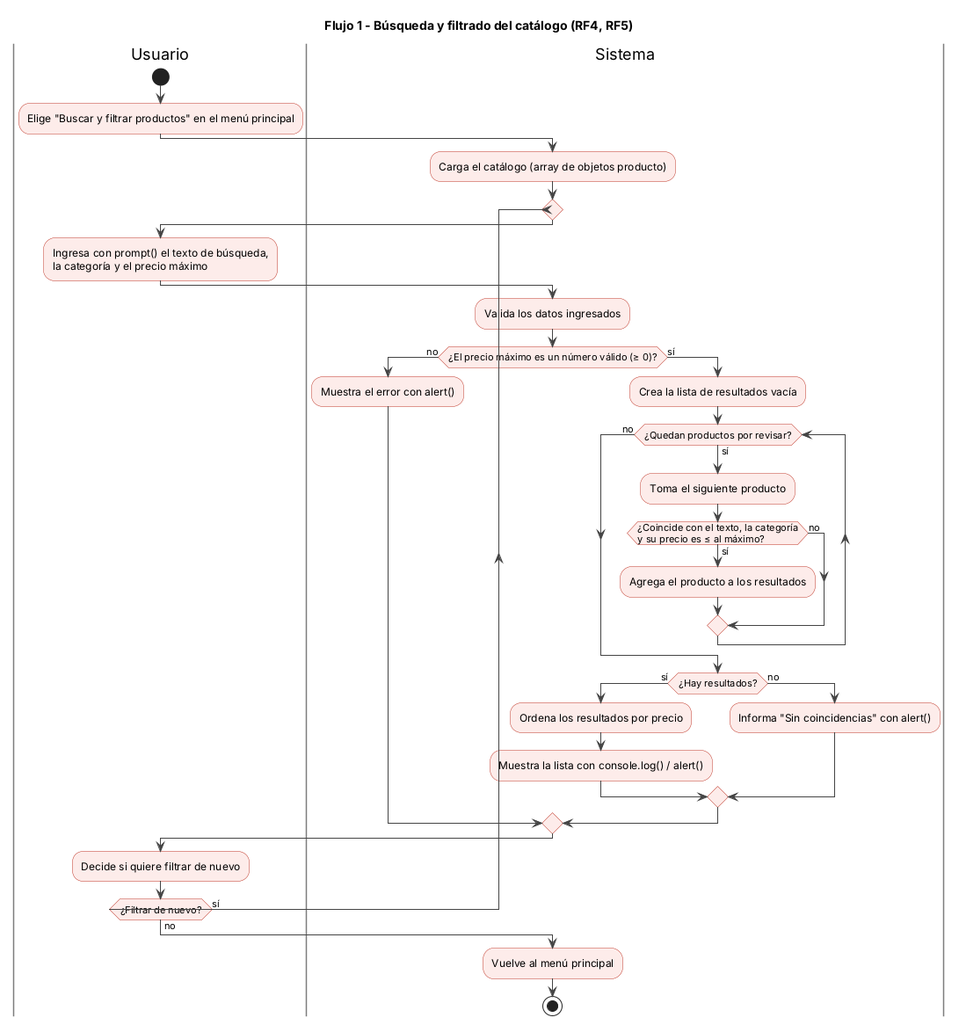
The PlantUML diagram docs/05-diagramas/01-diagrama-de-actividades/actividad-flujo-1-busqueda-filtrado.png in angelgc9107-lgtm/ProyectoFerreteria_GRP05, before a commit. Source of this version:
```plantuml
@startuml actividad-flujo-1-busqueda-filtrado
title Flujo 1 - Búsqueda y filtrado del catálogo (RF4, RF5)
skinparam defaultFontName Arial
skinparam ArrowColor #444444
skinparam ActivityBackgroundColor #FDECEA
skinparam ActivityBorderColor #C0392B
skinparam SwimlaneBorderColor #7D7D7D

|Usuario|
start
:Elige "Buscar y filtrar productos" en el menú principal;

|Sistema|
:Carga el catálogo (array de objetos producto);

repeat
  |Usuario|
  :Ingresa con prompt() el texto de búsqueda,
  la categoría y el precio máximo;

  |Sistema|
  :Valida los datos ingresados;
  if (¿El precio máximo es un número válido (≥ 0)?) then (no)
    :Muestra el error con alert();
  else (sí)
    :Crea la lista de resultados vacía;
    while (¿Quedan productos por revisar?) is (sí)
      :Toma el siguiente producto;
      if (¿Coincide con el texto, la categoría\ny su precio es ≤ al máximo?) then (sí)
        :Agrega el producto a los resultados;
      else (no)
      endif
    endwhile (no)
    if (¿Hay resultados?) then (sí)
      :Ordena los resultados por precio;
      :Muestra la lista con console.log() / alert();
    else (no)
      :Informa "Sin coincidencias" con alert();
    endif
  endif

  |Usuario|
  :Decide si quiere filtrar de nuevo;
repeat while (¿Filtrar de nuevo?) is (sí) not (no)

|Sistema|
:Vuelve al menú principal;
stop
@enduml
```
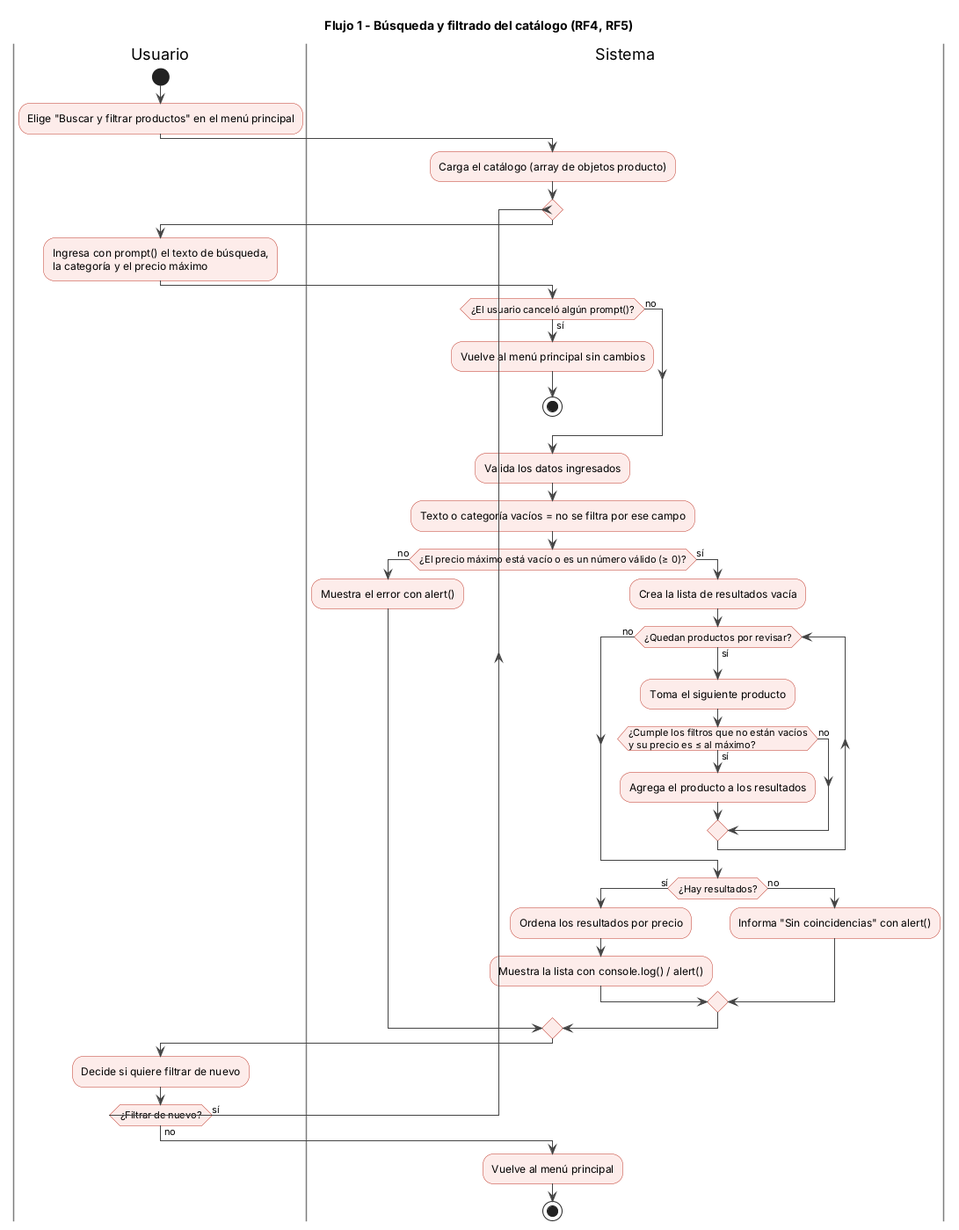
Later version of the same file.

What changed in the source:
```diff
@@ -19,14 +19,21 @@
   la categoría y el precio máximo;
 
   |Sistema|
+  if (¿El usuario canceló algún prompt()?) then (sí)
+    :Vuelve al menú principal sin cambios;
+    stop
+  else (no)
+  endif
+
   :Valida los datos ingresados;
-  if (¿El precio máximo es un número válido (≥ 0)?) then (no)
+  :Texto o categoría vacíos = no se filtra por ese campo;
+  if (¿El precio máximo está vacío o es un número válido (≥ 0)?) then (no)
     :Muestra el error con alert();
   else (sí)
     :Crea la lista de resultados vacía;
     while (¿Quedan productos por revisar?) is (sí)
       :Toma el siguiente producto;
-      if (¿Coincide con el texto, la categoría\ny su precio es ≤ al máximo?) then (sí)
+      if (¿Cumple los filtros que no están vacíos\ny su precio es ≤ al máximo?) then (sí)
         :Agrega el producto a los resultados;
       else (no)
       endif
```
